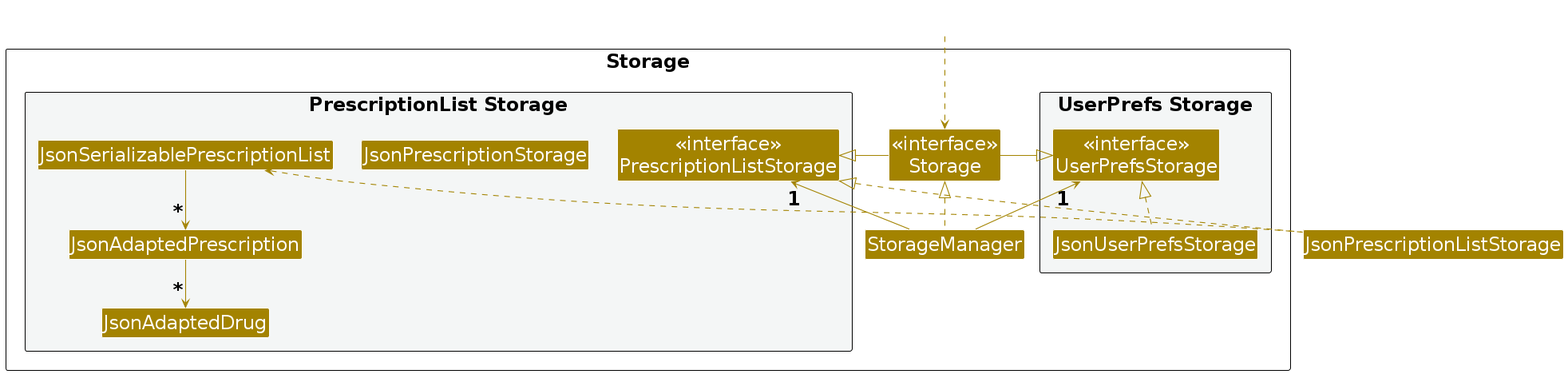
AY2324S1-CS2103T-T15-2/tp keeps this PlantUML diagram as diagrams/StorageClassDiagram.png. Above is the earlier version. Its source is kept beside it as diagrams/StorageClassDiagram.puml.
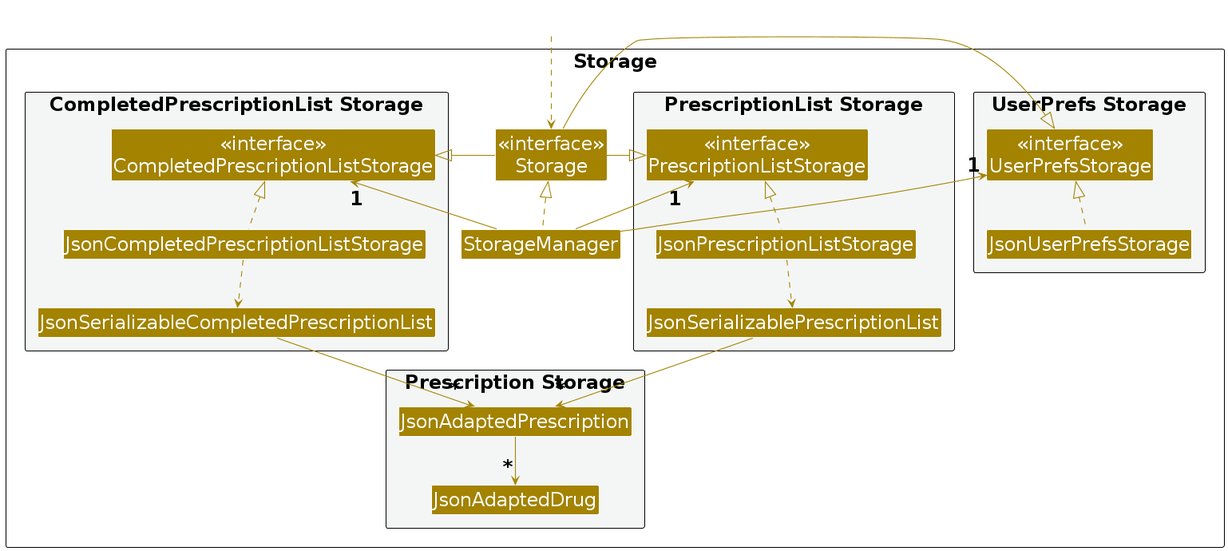
Above is the later version.

Change to the diagram source:
```diff
@@ -17,10 +17,19 @@
 
 package "PrescriptionList Storage" #F4F6F6{
 Class "<<interface>>\nPrescriptionListStorage" as PrescriptionListStorage
-Class JsonPrescriptionStorage
+Class JsonPrescriptionListStorage
 Class JsonSerializablePrescriptionList
+}
+
+package "Prescription Storage" #F4F6F6 {
 Class JsonAdaptedPrescription
 Class JsonAdaptedDrug
+}
+
+package "CompletedPrescriptionList Storage" #F4F6F6 {
+Class "<<interface>>\nCompletedPrescriptionListStorage" as CompletedPrescriptionListStorage
+Class JsonCompletedPrescriptionListStorage
+Class JsonSerializableCompletedPrescriptionList
 }
 
 }
@@ -31,14 +40,22 @@
 StorageManager .up.|> Storage
 StorageManager -up-> "1" UserPrefsStorage
 StorageManager -up-> "1" PrescriptionListStorage
+StorageManager -up-> "1" CompletedPrescriptionListStorage
 
 Storage -left-|> UserPrefsStorage
 Storage -right-|> PrescriptionListStorage
+Storage -right-|> CompletedPrescriptionListStorage
 
 JsonUserPrefsStorage .up.|> UserPrefsStorage
+
 JsonPrescriptionListStorage .up.|> PrescriptionListStorage
 JsonPrescriptionListStorage ..> JsonSerializablePrescriptionList
 JsonSerializablePrescriptionList --> "*" JsonAdaptedPrescription
+
+JsonCompletedPrescriptionListStorage .up.|> CompletedPrescriptionListStorage
+JsonCompletedPrescriptionListStorage ..> JsonSerializableCompletedPrescriptionList
+JsonSerializableCompletedPrescriptionList --> "*" JsonAdaptedPrescription
+
 JsonAdaptedPrescription --> "*" JsonAdaptedDrug
 
 @enduml
```
